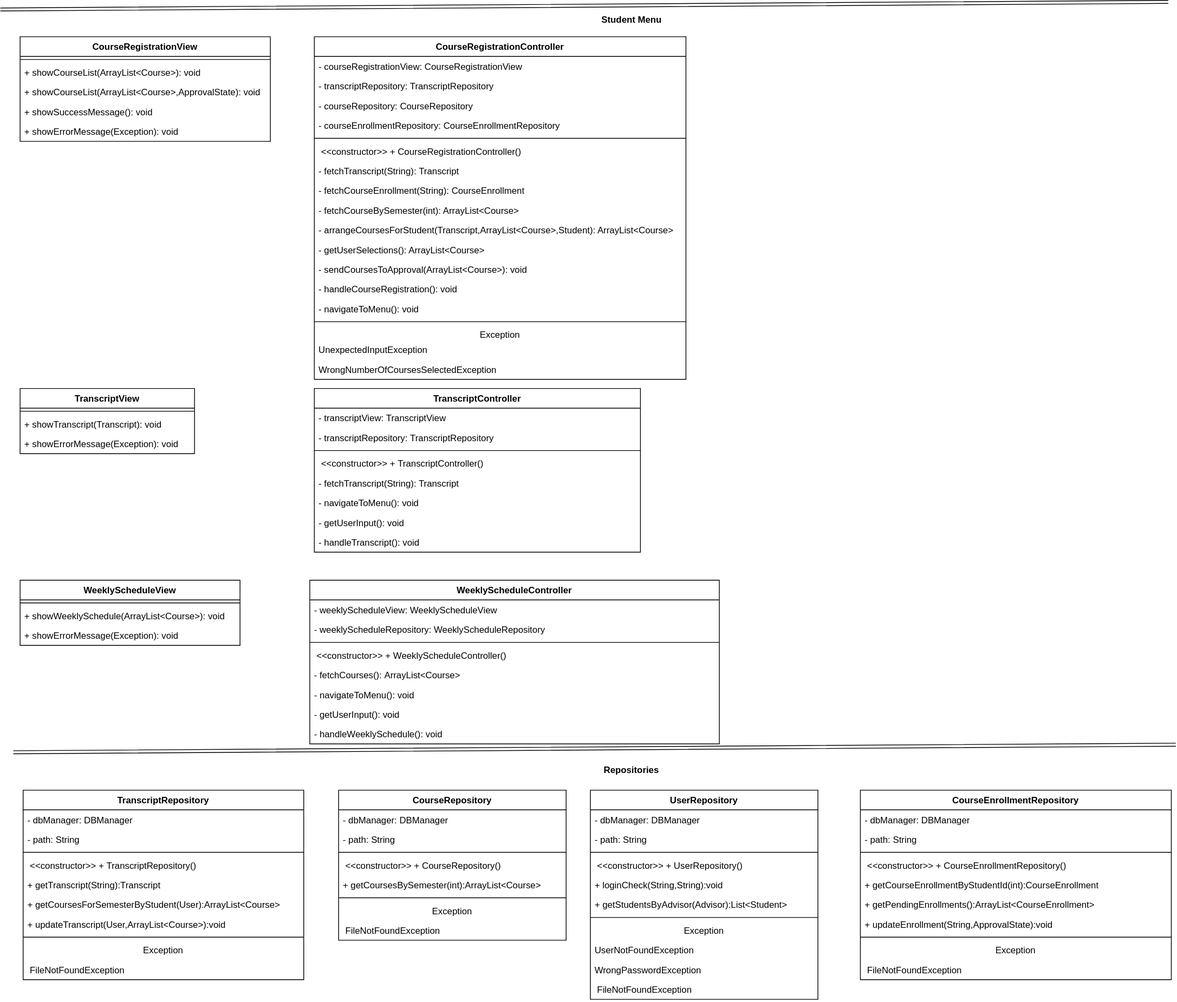
Above: Iteration 1/student_mvc_repository_database_uml.svg in Atlioglu/CSE3063GRP12 (draw.io), before the change. Source tidied: cells renumbered, new cells last; positions are measured from the earlier drawing's top-left corner, leaving out a move shared by most shapes.
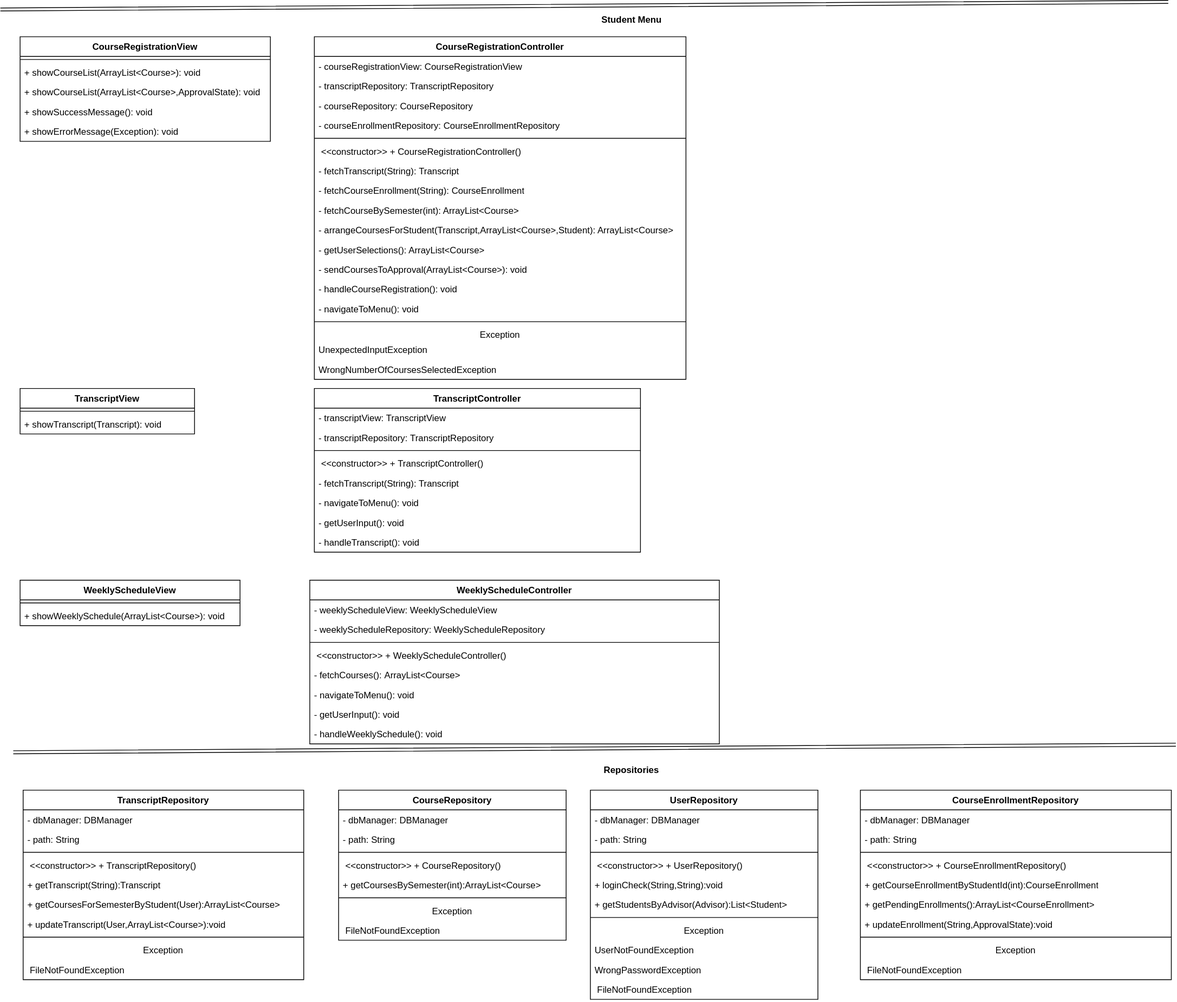
The same diagram one commit later.

Commit message:
Refactor: updating student mvc, repository, database

Change to the diagram source:
```diff
@@ -114,7 +114,7 @@
       <mxGeometry y="426" width="490" height="26" as="geometry" />
     </mxCell>
     <mxCell id="39" value="TranscriptView" style="swimlane;fontStyle=1;align=center;verticalAlign=top;horizontal=1;startSize=26;whiteSpace=wrap;html=1;" parent="1" vertex="1">
-      <mxGeometry x="26" y="510" width="230" height="86" as="geometry" />
+      <mxGeometry x="26" y="510" width="230" height="60" as="geometry" />
     </mxCell>
     <mxCell id="40" style="line;strokeWidth=1;fillColor=none;align=left;verticalAlign=middle;spacingTop=-1;spacingLeft=3;spacingRight=3;labelPosition=right;strokeColor=inherit;" parent="39" vertex="1">
       <mxGeometry y="26" width="230" height="8" as="geometry" />
@@ -122,9 +122,6 @@
     <mxCell id="41" value="+&amp;nbsp;showTranscript(Transcript): void" style="text;strokeColor=none;fillColor=none;align=left;verticalAlign=top;spacingLeft=4;spacingRight=4;overflow=hidden;whiteSpace=wrap;html=1;" parent="39" vertex="1">
       <mxGeometry y="34" width="230" height="26" as="geometry" />
     </mxCell>
-    <mxCell id="42" value="+&amp;nbsp;showErrorMessage(Exception): void" style="text;strokeColor=none;fillColor=none;align=left;verticalAlign=top;spacingLeft=4;spacingRight=4;overflow=hidden;whiteSpace=wrap;html=1;" parent="39" vertex="1">
-      <mxGeometry y="60" width="230" height="26" as="geometry" />
-    </mxCell>
     <mxCell id="43" value="TranscriptController" style="swimlane;fontStyle=1;align=center;verticalAlign=top;horizontal=1;startSize=26;whiteSpace=wrap;html=1;" parent="1" vertex="1">
       <mxGeometry x="414" y="510" width="430" height="216" as="geometry" />
     </mxCell>
@@ -153,7 +150,7 @@
       <mxGeometry y="190" width="430" height="26" as="geometry" />
     </mxCell>
     <mxCell id="52" value="WeeklyScheduleView" style="swimlane;fontStyle=1;align=center;verticalAlign=top;horizontal=1;startSize=26;whiteSpace=wrap;html=1;" parent="1" vertex="1">
-      <mxGeometry x="26" y="763" width="290" height="86" as="geometry" />
+      <mxGeometry x="26" y="763" width="290" height="60" as="geometry" />
     </mxCell>
     <mxCell id="53" style="line;strokeWidth=1;fillColor=none;align=left;verticalAlign=middle;spacingTop=-1;spacingLeft=3;spacingRight=3;labelPosition=right;strokeColor=inherit;" parent="52" vertex="1">
       <mxGeometry y="26" width="290" height="8" as="geometry" />
@@ -161,9 +158,6 @@
     <mxCell id="54" value="+&amp;nbsp;showWeeklySchedule(ArrayList&amp;lt;Course&amp;gt;): void" style="text;strokeColor=none;fillColor=none;align=left;verticalAlign=top;spacingLeft=4;spacingRight=4;overflow=hidden;whiteSpace=wrap;html=1;" parent="52" vertex="1">
       <mxGeometry y="34" width="290" height="26" as="geometry" />
     </mxCell>
-    <mxCell id="55" value="+&amp;nbsp;showErrorMessage(Exception): void" style="text;strokeColor=none;fillColor=none;align=left;verticalAlign=top;spacingLeft=4;spacingRight=4;overflow=hidden;whiteSpace=wrap;html=1;" parent="52" vertex="1">
-      <mxGeometry y="60" width="290" height="26" as="geometry" />
-    </mxCell>
     <mxCell id="56" value="WeeklyScheduleController" style="swimlane;fontStyle=1;align=center;verticalAlign=top;horizontal=1;startSize=26;whiteSpace=wrap;html=1;" parent="1" vertex="1">
       <mxGeometry x="408" y="763" width="540" height="216" as="geometry" />
     </mxCell>
```
